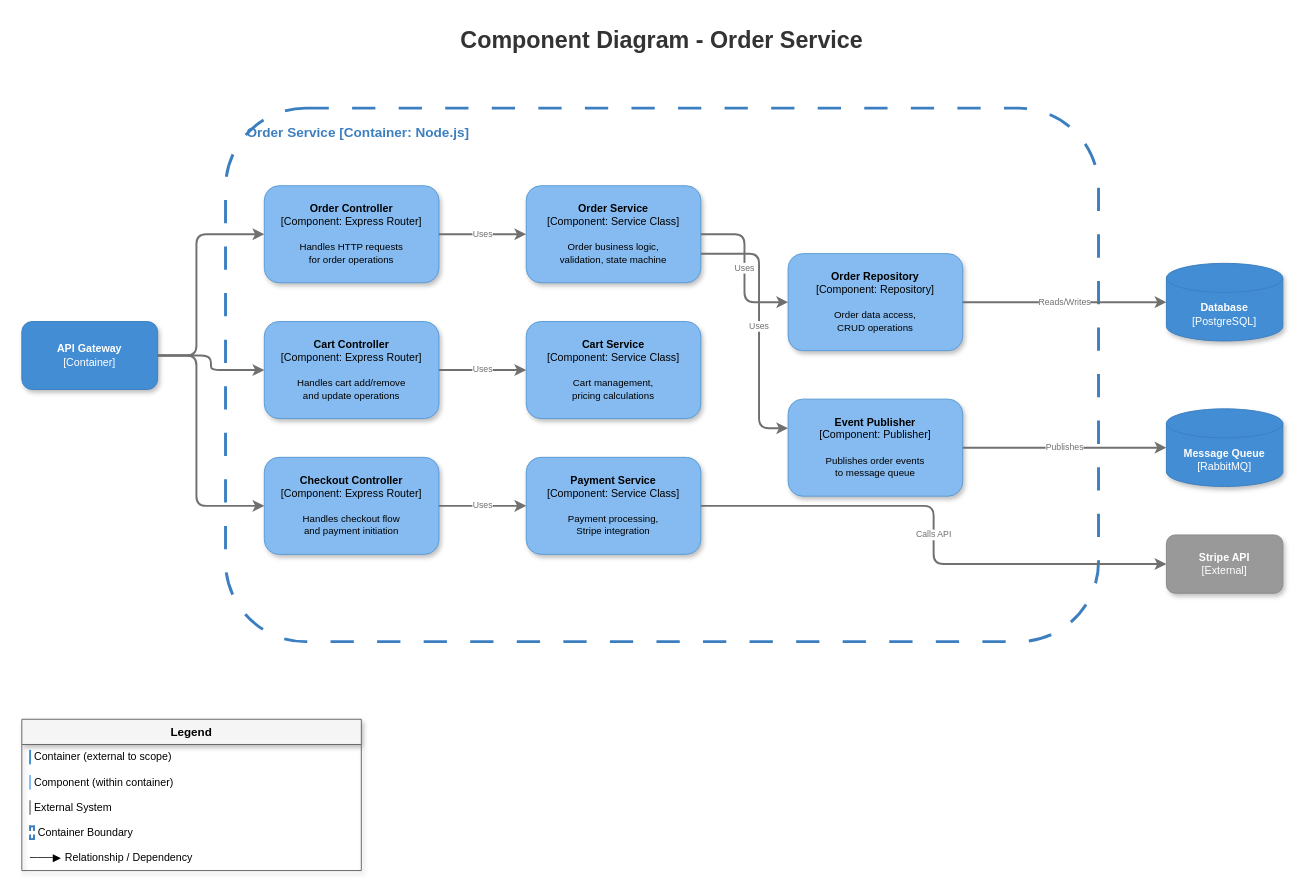
The draw.io diagram page "C4-Component" (3 of 3) of claude-md-drawio/sample-c4-model-ecommerce-platform.drawio in MrParkerZ7/mono-sample-claude-project-specific-instruction, before the edit. Source tidied: cells renumbered, new cells numbered last; positions are measured from the earlier drawing's top-left corner, leaving out a move shared by most shapes. Both pictures are drawn from the tidied source at 97%, with x=0, y=0 at pixel (21, 20).
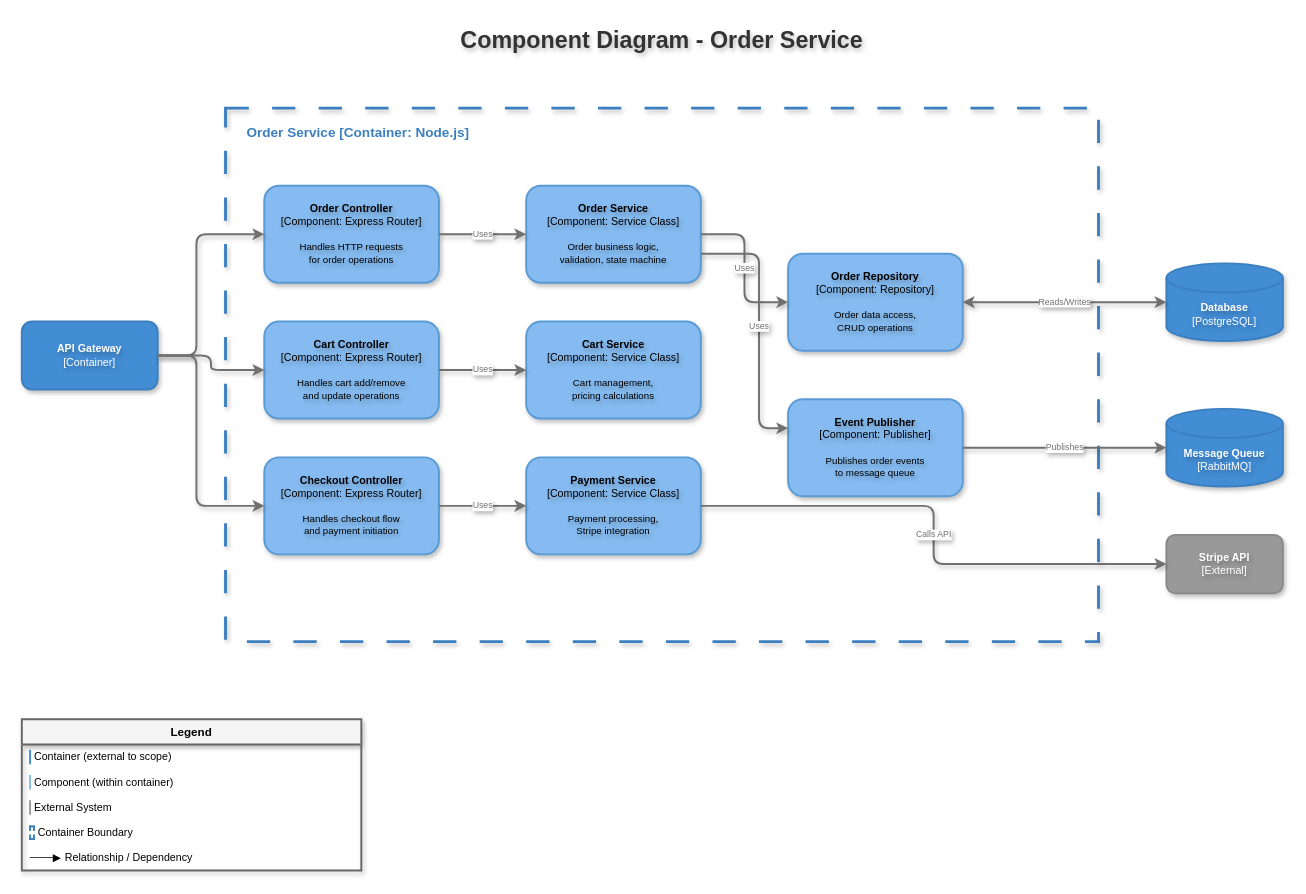
Above is the later version.

Change to the diagram source:
```diff
@@
-    <mxCell id="2" value="Component Diagram - Order Service" style="text;html=1;strokeColor=none;fillColor=none;align=center;verticalAlign=middle;whiteSpace=wrap;rounded=0;fontSize=24;fontStyle=1;fontColor=#333333;" parent="1" vertex="1">
+    <mxCell id="2" value="Component Diagram - Order Service" style="text;html=1;strokeColor=none;fillColor=none;align=center;verticalAlign=middle;whiteSpace=wrap;rounded=0;fontSize=24;fontStyle=1;fontColor=#333333;shadow=1;textShadow=1;" parent="1" vertex="1">
       <mxGeometry x="410" width="500" height="40" as="geometry" />
     </mxCell>
-    <mxCell id="3" value="Order Service [Container: Node.js]" style="rounded=1;whiteSpace=wrap;html=1;fillColor=none;strokeColor=#3C7FC0;strokeWidth=3;dashed=1;dashPattern=8 8;verticalAlign=top;align=left;spacingLeft=20;spacingTop=10;fontSize=14;fontStyle=1;fontColor=#3C7FC0;" parent="1" vertex="1">
+    <mxCell id="3" value="Order Service [Container: Node.js]" style="rounded=0;whiteSpace=wrap;html=1;fillColor=none;strokeColor=#3C7FC0;strokeWidth=3;dashed=1;dashPattern=8 8;verticalAlign=top;align=left;spacingLeft=20;spacingTop=10;fontSize=14;fontStyle=1;fontColor=#3C7FC0;shadow=1;" parent="1" vertex="1">
       <mxGeometry x="210" y="90" width="900" height="550" as="geometry" />
     </mxCell>
-    <mxCell id="4" value="&lt;b&gt;API Gateway&lt;/b&gt;&lt;br&gt;[Container]" style="rounded=1;whiteSpace=wrap;html=1;fillColor=#438DD5;strokeColor=#3C7FC0;fontColor=#FFFFFF;verticalAlign=middle;fontSize=11;shadow=1;" parent="1" vertex="1">
+    <mxCell id="4" value="&lt;b&gt;API Gateway&lt;/b&gt;&lt;br&gt;[Container]" style="rounded=1;whiteSpace=wrap;html=1;fillColor=#438DD5;strokeColor=#3C7FC0;strokeWidth=2;fontColor=#FFFFFF;verticalAlign=middle;fontSize=11;shadow=1;textShadow=1;" parent="1" vertex="1">
       <mxGeometry y="310" width="140" height="70" as="geometry" />
     </mxCell>
-    <mxCell id="5" value="&lt;b&gt;Order Controller&lt;/b&gt;&lt;br&gt;[Component: Express Router]&lt;br&gt;&lt;br&gt;&lt;font style='font-size:10px'&gt;Handles HTTP requests&lt;br&gt;for order operations&lt;/font&gt;" style="rounded=1;whiteSpace=wrap;html=1;fillColor=#85BBF0;strokeColor=#5A9BD5;fontColor=#000000;verticalAlign=middle;fontSize=11;shadow=1;" parent="1" vertex="1">
+    <mxCell id="5" value="&lt;b&gt;Order Controller&lt;/b&gt;&lt;br&gt;[Component: Express Router]&lt;br&gt;&lt;br&gt;&lt;font style='font-size:10px'&gt;Handles HTTP requests&lt;br&gt;for order operations&lt;/font&gt;" style="rounded=1;whiteSpace=wrap;html=1;fillColor=#85BBF0;strokeColor=#5A9BD5;strokeWidth=2;fontColor=#000000;verticalAlign=middle;fontSize=11;shadow=1;textShadow=1;" parent="1" vertex="1">
       <mxGeometry x="250" y="170" width="180" height="100" as="geometry" />
     </mxCell>
-    <mxCell id="6" value="&lt;b&gt;Cart Controller&lt;/b&gt;&lt;br&gt;[Component: Express Router]&lt;br&gt;&lt;br&gt;&lt;font style='font-size:10px'&gt;Handles cart add/remove&lt;br&gt;and update operations&lt;/font&gt;" style="rounded=1;whiteSpace=wrap;html=1;fillColor=#85BBF0;strokeColor=#5A9BD5;fontColor=#000000;verticalAlign=middle;fontSize=11;shadow=1;" parent="1" vertex="1">
+    <mxCell id="6" value="&lt;b&gt;Cart Controller&lt;/b&gt;&lt;br&gt;[Component: Express Router]&lt;br&gt;&lt;br&gt;&lt;font style='font-size:10px'&gt;Handles cart add/remove&lt;br&gt;and update operations&lt;/font&gt;" style="rounded=1;whiteSpace=wrap;html=1;fillColor=#85BBF0;strokeColor=#5A9BD5;strokeWidth=2;fontColor=#000000;verticalAlign=middle;fontSize=11;shadow=1;textShadow=1;" parent="1" vertex="1">
       <mxGeometry x="250" y="310" width="180" height="100" as="geometry" />
     </mxCell>
-    <mxCell id="7" value="&lt;b&gt;Checkout Controller&lt;/b&gt;&lt;br&gt;[Component: Express Router]&lt;br&gt;&lt;br&gt;&lt;font style='font-size:10px'&gt;Handles checkout flow&lt;br&gt;and payment initiation&lt;/font&gt;" style="rounded=1;whiteSpace=wrap;html=1;fillColor=#85BBF0;strokeColor=#5A9BD5;fontColor=#000000;verticalAlign=middle;fontSize=11;shadow=1;" parent="1" vertex="1">
+    <mxCell id="7" value="&lt;b&gt;Checkout Controller&lt;/b&gt;&lt;br&gt;[Component: Express Router]&lt;br&gt;&lt;br&gt;&lt;font style='font-size:10px'&gt;Handles checkout flow&lt;br&gt;and payment initiation&lt;/font&gt;" style="rounded=1;whiteSpace=wrap;html=1;fillColor=#85BBF0;strokeColor=#5A9BD5;strokeWidth=2;fontColor=#000000;verticalAlign=middle;fontSize=11;shadow=1;textShadow=1;" parent="1" vertex="1">
       <mxGeometry x="250" y="450" width="180" height="100" as="geometry" />
     </mxCell>
-    <mxCell id="8" value="&lt;b&gt;Order Service&lt;/b&gt;&lt;br&gt;[Component: Service Class]&lt;br&gt;&lt;br&gt;&lt;font style='font-size:10px'&gt;Order business logic,&lt;br&gt;validation, state machine&lt;/font&gt;" style="rounded=1;whiteSpace=wrap;html=1;fillColor=#85BBF0;strokeColor=#5A9BD5;fontColor=#000000;verticalAlign=middle;fontSize=11;shadow=1;" parent="1" vertex="1">
+    <mxCell id="8" value="&lt;b&gt;Order Service&lt;/b&gt;&lt;br&gt;[Component: Service Class]&lt;br&gt;&lt;br&gt;&lt;font style='font-size:10px'&gt;Order business logic,&lt;br&gt;validation, state machine&lt;/font&gt;" style="rounded=1;whiteSpace=wrap;html=1;fillColor=#85BBF0;strokeColor=#5A9BD5;strokeWidth=2;fontColor=#000000;verticalAlign=middle;fontSize=11;shadow=1;textShadow=1;" parent="1" vertex="1">
       <mxGeometry x="520" y="170" width="180" height="100" as="geometry" />
     </mxCell>
-    <mxCell id="9" value="&lt;b&gt;Cart Service&lt;/b&gt;&lt;br&gt;[Component: Service Class]&lt;br&gt;&lt;br&gt;&lt;font style='font-size:10px'&gt;Cart management,&lt;br&gt;pricing calculations&lt;/font&gt;" style="rounded=1;whiteSpace=wrap;html=1;fillColor=#85BBF0;strokeColor=#5A9BD5;fontColor=#000000;verticalAlign=middle;fontSize=11;shadow=1;" parent="1" vertex="1">
+    <mxCell id="9" value="&lt;b&gt;Cart Service&lt;/b&gt;&lt;br&gt;[Component: Service Class]&lt;br&gt;&lt;br&gt;&lt;font style='font-size:10px'&gt;Cart management,&lt;br&gt;pricing calculations&lt;/font&gt;" style="rounded=1;whiteSpace=wrap;html=1;fillColor=#85BBF0;strokeColor=#5A9BD5;strokeWidth=2;fontColor=#000000;verticalAlign=middle;fontSize=11;shadow=1;textShadow=1;" parent="1" vertex="1">
       <mxGeometry x="520" y="310" width="180" height="100" as="geometry" />
     </mxCell>
-    <mxCell id="10" value="&lt;b&gt;Payment Service&lt;/b&gt;&lt;br&gt;[Component: Service Class]&lt;br&gt;&lt;br&gt;&lt;font style='font-size:10px'&gt;Payment processing,&lt;br&gt;Stripe integration&lt;/font&gt;" style="rounded=1;whiteSpace=wrap;html=1;fillColor=#85BBF0;strokeColor=#5A9BD5;fontColor=#000000;verticalAlign=middle;fontSize=11;shadow=1;" parent="1" vertex="1">
+    <mxCell id="10" value="&lt;b&gt;Payment Service&lt;/b&gt;&lt;br&gt;[Component: Service Class]&lt;br&gt;&lt;br&gt;&lt;font style='font-size:10px'&gt;Payment processing,&lt;br&gt;Stripe integration&lt;/font&gt;" style="rounded=1;whiteSpace=wrap;html=1;fillColor=#85BBF0;strokeColor=#5A9BD5;strokeWidth=2;fontColor=#000000;verticalAlign=middle;fontSize=11;shadow=1;textShadow=1;" parent="1" vertex="1">
       <mxGeometry x="520" y="450" width="180" height="100" as="geometry" />
     </mxCell>
-    <mxCell id="11" value="&lt;b&gt;Order Repository&lt;/b&gt;&lt;br&gt;[Component: Repository]&lt;br&gt;&lt;br&gt;&lt;font style='font-size:10px'&gt;Order data access,&lt;br&gt;CRUD operations&lt;/font&gt;" style="rounded=1;whiteSpace=wrap;html=1;fillColor=#85BBF0;strokeColor=#5A9BD5;fontColor=#000000;verticalAlign=middle;fontSize=11;shadow=1;" parent="1" vertex="1">
+    <mxCell id="11" value="&lt;b&gt;Order Repository&lt;/b&gt;&lt;br&gt;[Component: Repository]&lt;br&gt;&lt;br&gt;&lt;font style='font-size:10px'&gt;Order data access,&lt;br&gt;CRUD operations&lt;/font&gt;" style="rounded=1;whiteSpace=wrap;html=1;fillColor=#85BBF0;strokeColor=#5A9BD5;strokeWidth=2;fontColor=#000000;verticalAlign=middle;fontSize=11;shadow=1;textShadow=1;" parent="1" vertex="1">
       <mxGeometry x="790" y="240" width="180" height="100" as="geometry" />
     </mxCell>
-    <mxCell id="12" value="&lt;b&gt;Event Publisher&lt;/b&gt;&lt;br&gt;[Component: Publisher]&lt;br&gt;&lt;br&gt;&lt;font style='font-size:10px'&gt;Publishes order events&lt;br&gt;to message queue&lt;/font&gt;" style="rounded=1;whiteSpace=wrap;html=1;fillColor=#85BBF0;strokeColor=#5A9BD5;fontColor=#000000;verticalAlign=middle;fontSize=11;shadow=1;" parent="1" vertex="1">
+    <mxCell id="12" value="&lt;b&gt;Event Publisher&lt;/b&gt;&lt;br&gt;[Component: Publisher]&lt;br&gt;&lt;br&gt;&lt;font style='font-size:10px'&gt;Publishes order events&lt;br&gt;to message queue&lt;/font&gt;" style="rounded=1;whiteSpace=wrap;html=1;fillColor=#85BBF0;strokeColor=#5A9BD5;strokeWidth=2;fontColor=#000000;verticalAlign=middle;fontSize=11;shadow=1;textShadow=1;" parent="1" vertex="1">
       <mxGeometry x="790" y="390" width="180" height="100" as="geometry" />
     </mxCell>
-    <mxCell id="13" value="&lt;b&gt;Database&lt;/b&gt;&lt;br&gt;[PostgreSQL]" style="shape=cylinder3;whiteSpace=wrap;html=1;boundedLbl=1;backgroundOutline=1;size=15;fillColor=#438DD5;strokeColor=#3C7FC0;fontColor=#FFFFFF;verticalAlign=middle;fontSize=11;shadow=1;" parent="1" vertex="1">
+    <mxCell id="13" value="&lt;b&gt;Database&lt;/b&gt;&lt;br&gt;[PostgreSQL]" style="shape=cylinder3;whiteSpace=wrap;html=1;boundedLbl=1;backgroundOutline=1;size=15;fillColor=#438DD5;strokeColor=#3C7FC0;strokeWidth=2;fontColor=#FFFFFF;verticalAlign=middle;fontSize=11;shadow=1;textShadow=1;" parent="1" vertex="1">
       <mxGeometry x="1180" y="250" width="120" height="80" as="geometry" />
     </mxCell>
-    <mxCell id="14" value="&lt;b&gt;Message Queue&lt;/b&gt;&lt;br&gt;[RabbitMQ]" style="shape=cylinder3;whiteSpace=wrap;html=1;boundedLbl=1;backgroundOutline=1;size=15;fillColor=#438DD5;strokeColor=#3C7FC0;fontColor=#FFFFFF;verticalAlign=middle;fontSize=11;shadow=1;" parent="1" vertex="1">
+    <mxCell id="14" value="&lt;b&gt;Message Queue&lt;/b&gt;&lt;br&gt;[RabbitMQ]" style="shape=cylinder3;whiteSpace=wrap;html=1;boundedLbl=1;backgroundOutline=1;size=15;fillColor=#438DD5;strokeColor=#3C7FC0;strokeWidth=2;fontColor=#FFFFFF;verticalAlign=middle;fontSize=11;shadow=1;textShadow=1;" parent="1" vertex="1">
       <mxGeometry x="1180" y="400" width="120" height="80" as="geometry" />
     </mxCell>
-    <mxCell id="15" value="&lt;b&gt;Stripe API&lt;/b&gt;&lt;br&gt;[External]" style="rounded=1;whiteSpace=wrap;html=1;fillColor=#999999;strokeColor=#8A8A8A;fontColor=#FFFFFF;verticalAlign=middle;fontSize=11;shadow=1;" parent="1" vertex="1">
+    <mxCell id="15" value="&lt;b&gt;Stripe API&lt;/b&gt;&lt;br&gt;[External]" style="rounded=1;whiteSpace=wrap;html=1;fillColor=#999999;strokeColor=#8A8A8A;strokeWidth=2;fontColor=#FFFFFF;verticalAlign=middle;fontSize=11;shadow=1;textShadow=1;" parent="1" vertex="1">
       <mxGeometry x="1180" y="530" width="120" height="60" as="geometry" />
     </mxCell>
-    <mxCell id="16" style="edgeStyle=orthogonalEdgeStyle;rounded=1;jettySize=auto;html=1;strokeColor=#707070;strokeWidth=2;exitX=1;exitY=0.5;entryX=0;entryY=0.5;" parent="1" edge="1" source="4" target="5">
+    <mxCell id="16" style="edgeStyle=orthogonalEdgeStyle;rounded=1;jettySize=auto;html=1;strokeColor=#707070;strokeWidth=2;exitX=1;exitY=0.5;entryX=0;entryY=0.5;shadow=1;flowAnimation=1;endArrow=classic;endFill=1;" parent="1" edge="1" source="4" target="5">
       <mxGeometry relative="1" as="geometry">
         <Array as="points">
           <mxPoint x="180" y="345" />
           <mxPoint x="180" y="220" />
         </Array>
       </mxGeometry>
     </mxCell>
-    <mxCell id="17" style="edgeStyle=orthogonalEdgeStyle;rounded=1;jettySize=auto;html=1;strokeColor=#707070;strokeWidth=2;exitX=1;exitY=0.5;entryX=0;entryY=0.5;" parent="1" edge="1" source="4" target="6">
+    <mxCell id="17" style="edgeStyle=orthogonalEdgeStyle;rounded=1;jettySize=auto;html=1;strokeColor=#707070;strokeWidth=2;exitX=1;exitY=0.5;entryX=0;entryY=0.5;shadow=1;flowAnimation=1;endArrow=classic;endFill=1;" parent="1" edge="1" source="4" target="6">
       <mxGeometry relative="1" as="geometry" />
     </mxCell>
-    <mxCell id="18" style="edgeStyle=orthogonalEdgeStyle;rounded=1;jettySize=auto;html=1;strokeColor=#707070;strokeWidth=2;exitX=1;exitY=0.5;entryX=0;entryY=0.5;" parent="1" edge="1" source="4" target="7">
+    <mxCell id="18" style="edgeStyle=orthogonalEdgeStyle;rounded=1;jettySize=auto;html=1;strokeColor=#707070;strokeWidth=2;exitX=1;exitY=0.5;entryX=0;entryY=0.5;shadow=1;flowAnimation=1;endArrow=classic;endFill=1;" parent="1" edge="1" source="4" target="7">
       <mxGeometry relative="1" as="geometry">
         <Array as="points">
           <mxPoint x="180" y="345" />
           <mxPoint x="180" y="500" />
         </Array>
       </mxGeometry>
     </mxCell>
-    <mxCell id="19" value="Uses" style="edgeStyle=orthogonalEdgeStyle;rounded=1;jettySize=auto;html=1;strokeColor=#707070;strokeWidth=2;fontSize=9;fontColor=#707070;exitX=1;exitY=0.5;entryX=0;entryY=0.5;" parent="1" edge="1" source="5" target="8">
+    <mxCell id="19" value="Uses" style="edgeStyle=orthogonalEdgeStyle;rounded=1;jettySize=auto;html=1;strokeColor=#707070;strokeWidth=2;fontSize=9;fontColor=#707070;exitX=1;exitY=0.5;entryX=0;entryY=0.5;shadow=1;textShadow=1;flowAnimation=1;endArrow=classic;endFill=1;" parent="1" edge="1" source="5" target="8">
       <mxGeometry relative="1" as="geometry" />
     </mxCell>
-    <mxCell id="20" value="Uses" style="edgeStyle=orthogonalEdgeStyle;rounded=1;jettySize=auto;html=1;strokeColor=#707070;strokeWidth=2;fontSize=9;fontColor=#707070;exitX=1;exitY=0.5;entryX=0;entryY=0.5;" parent="1" edge="1" source="6" target="9">
+    <mxCell id="20" value="Uses" style="edgeStyle=orthogonalEdgeStyle;rounded=1;jettySize=auto;html=1;strokeColor=#707070;strokeWidth=2;fontSize=9;fontColor=#707070;exitX=1;exitY=0.5;entryX=0;entryY=0.5;shadow=1;textShadow=1;flowAnimation=1;endArrow=classic;endFill=1;" parent="1" edge="1" source="6" target="9">
       <mxGeometry relative="1" as="geometry" />
     </mxCell>
-    <mxCell id="21" value="Uses" style="edgeStyle=orthogonalEdgeStyle;rounded=1;jettySize=auto;html=1;strokeColor=#707070;strokeWidth=2;fontSize=9;fontColor=#707070;exitX=1;exitY=0.5;entryX=0;entryY=0.5;" parent="1" edge="1" source="7" target="10">
+    <mxCell id="21" value="Uses" style="edgeStyle=orthogonalEdgeStyle;rounded=1;jettySize=auto;html=1;strokeColor=#707070;strokeWidth=2;fontSize=9;fontColor=#707070;exitX=1;exitY=0.5;entryX=0;entryY=0.5;shadow=1;textShadow=1;flowAnimation=1;endArrow=classic;endFill=1;" parent="1" edge="1" source="7" target="10">
       <mxGeometry relative="1" as="geometry" />
     </mxCell>
-    <mxCell id="22" value="Uses" style="edgeStyle=orthogonalEdgeStyle;rounded=1;jettySize=auto;html=1;strokeColor=#707070;strokeWidth=2;fontSize=9;fontColor=#707070;exitX=1;exitY=0.5;entryX=0;entryY=0.5;" parent="1" edge="1" source="8" target="11">
+    <mxCell id="22" value="Uses" style="edgeStyle=orthogonalEdgeStyle;rounded=1;jettySize=auto;html=1;strokeColor=#707070;strokeWidth=2;fontSize=9;fontColor=#707070;exitX=1;exitY=0.5;entryX=0;entryY=0.5;shadow=1;textShadow=1;flowAnimation=1;endArrow=classic;endFill=1;" parent="1" edge="1" source="8" target="11">
       <mxGeometry relative="1" as="geometry" />
     </mxCell>
-    <mxCell id="23" value="Uses" style="edgeStyle=orthogonalEdgeStyle;rounded=1;jettySize=auto;html=1;strokeColor=#707070;strokeWidth=2;fontSize=9;fontColor=#707070;exitX=1;exitY=0.7;entryX=0;entryY=0.3;" parent="1" edge="1" source="8" target="12">
+    <mxCell id="23" value="Uses" style="edgeStyle=orthogonalEdgeStyle;rounded=1;jettySize=auto;html=1;strokeColor=#707070;strokeWidth=2;fontSize=9;fontColor=#707070;exitX=1;exitY=0.7;entryX=0;entryY=0.3;shadow=1;textShadow=1;flowAnimation=1;endArrow=classic;endFill=1;" parent="1" edge="1" source="8" target="12">
       <mxGeometry relative="1" as="geometry">
         <Array as="points">
           <mxPoint x="760" y="240" />
           <mxPoint x="760" y="420" />
         </Array>
       </mxGeometry>
     </mxCell>
-    <mxCell id="24" value="Reads/Writes" style="edgeStyle=orthogonalEdgeStyle;rounded=1;jettySize=auto;html=1;strokeColor=#707070;strokeWidth=2;fontSize=9;fontColor=#707070;exitX=1;exitY=0.5;entryX=0;entryY=0.5;" parent="1" edge="1" source="11" target="13">
+    <mxCell id="24" value="Reads/Writes" style="edgeStyle=orthogonalEdgeStyle;rounded=1;jettySize=auto;html=1;strokeColor=#707070;strokeWidth=2;fontSize=9;fontColor=#707070;exitX=1;exitY=0.5;entryX=0;entryY=0.5;shadow=1;textShadow=1;flowAnimation=1;startArrow=classic;startFill=1;endArrow=classic;endFill=1;" parent="1" edge="1" source="11" target="13">
       <mxGeometry relative="1" as="geometry" />
     </mxCell>
-    <mxCell id="25" value="Publishes" style="edgeStyle=orthogonalEdgeStyle;rounded=1;jettySize=auto;html=1;strokeColor=#707070;strokeWidth=2;fontSize=9;fontColor=#707070;exitX=1;exitY=0.5;entryX=0;entryY=0.5;" parent="1" edge="1" source="12" target="14">
+    <mxCell id="25" value="Publishes" style="edgeStyle=orthogonalEdgeStyle;rounded=1;jettySize=auto;html=1;strokeColor=#707070;strokeWidth=2;fontSize=9;fontColor=#707070;exitX=1;exitY=0.5;entryX=0;entryY=0.5;shadow=1;textShadow=1;flowAnimation=1;endArrow=classic;endFill=1;" parent="1" edge="1" source="12" target="14">
       <mxGeometry relative="1" as="geometry" />
     </mxCell>
-    <mxCell id="26" value="Calls API" style="edgeStyle=orthogonalEdgeStyle;rounded=1;jettySize=auto;html=1;strokeColor=#707070;strokeWidth=2;fontSize=9;fontColor=#707070;exitX=1;exitY=0.5;entryX=0;entryY=0.5;" parent="1" edge="1" source="10" target="15">
+    <mxCell id="26" value="Calls API" style="edgeStyle=orthogonalEdgeStyle;rounded=1;jettySize=auto;html=1;strokeColor=#707070;strokeWidth=2;fontSize=9;fontColor=#707070;exitX=1;exitY=0.5;entryX=0;entryY=0.5;shadow=1;textShadow=1;flowAnimation=1;endArrow=classic;endFill=1;" parent="1" edge="1" source="10" target="15">
       <mxGeometry relative="1" as="geometry" />
     </mxCell>
-    <mxCell id="27" value="Legend" style="swimlane;fontStyle=1;horizontal=1;startSize=26;fillColor=#F5F5F5;strokeColor=#666666;fontSize=12;shadow=1;" parent="1" vertex="1">
+    <mxCell id="27" value="Legend" style="swimlane;fontStyle=1;horizontal=1;startSize=26;fillColor=#F5F5F5;strokeColor=#666666;strokeWidth=2;fontSize=12;shadow=1;" parent="1" vertex="1">
       <mxGeometry y="720" width="350" height="156" as="geometry" />
     </mxCell>
```
